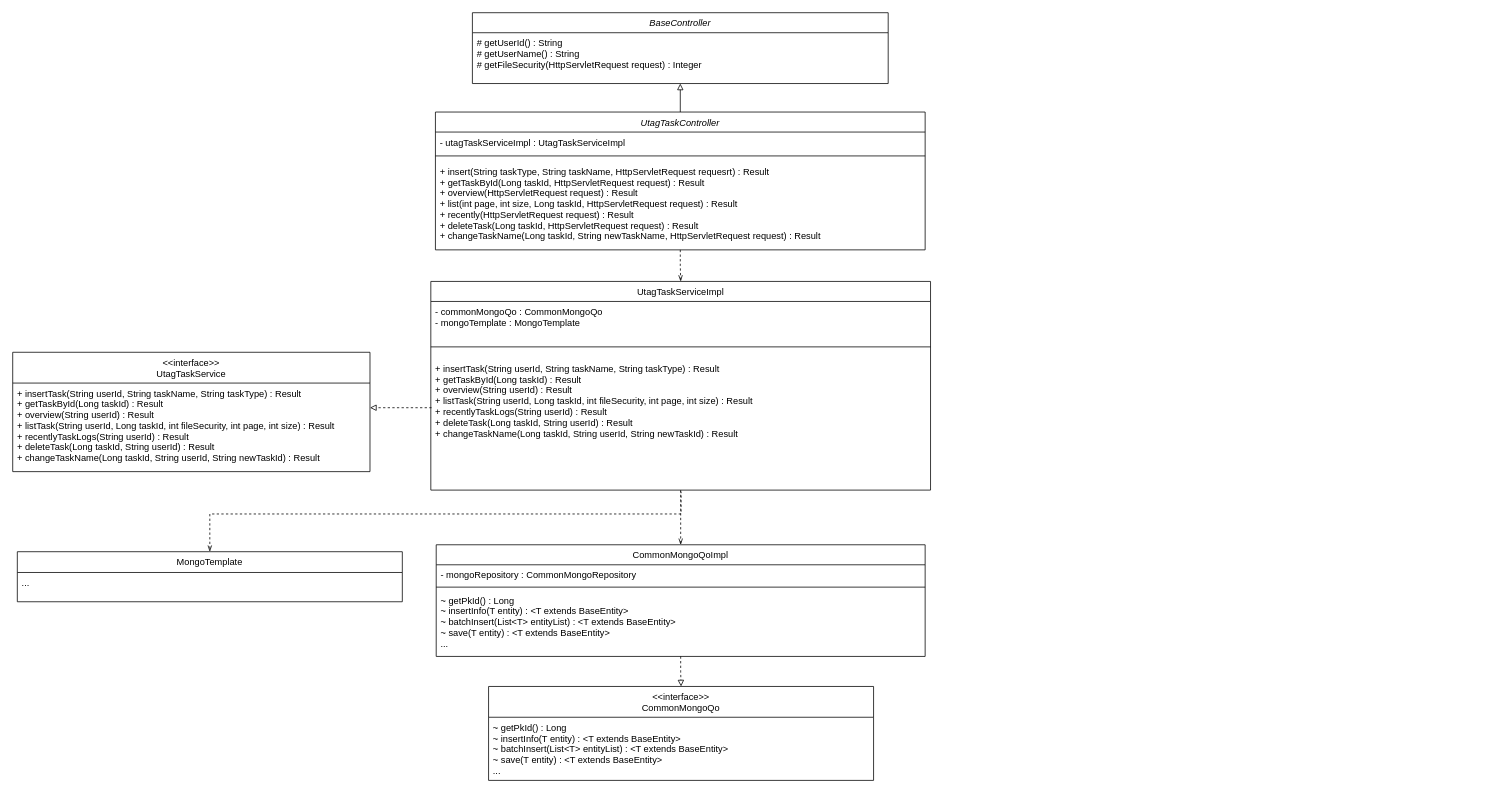
Before: 标签管理.drawio in come-on-reader/draw-io, a draw.io diagram. Source tidied: cells renumbered, new cells numbered last; positions are measured from the earlier drawing's top-left corner, leaving out a move shared by most shapes. Both pictures are drawn from the tidied source at 77%, with x=0, y=0 at pixel (12, 12).
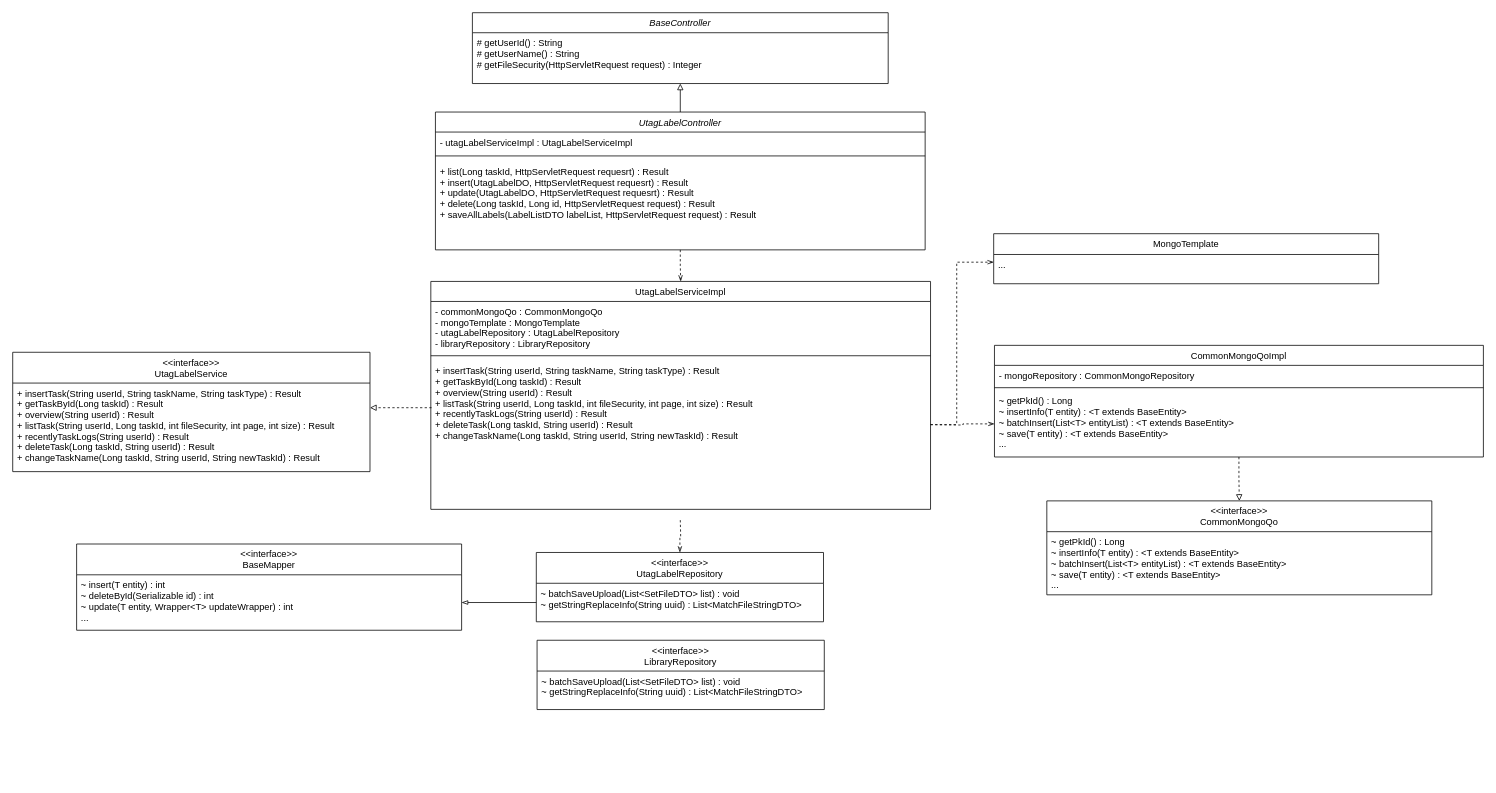
The same diagram, later.

Commit message:
更新标签管理.drawio

Unchanged cells that the change refers to:
```xml
<mxCell id="21" value="..." style="text;align=left;verticalAlign=top;spacingLeft=4;spacingRight=4;overflow=hidden;points=[[0,0.5],[1,0.5]];portConstraint=eastwest;" parent="20" vertex="1">
  <mxGeometry y="27" width="500" height="38" as="geometry" />
</mxCell>
<mxCell id="26" value="~ getPkId() : Long&#10;~ insertInfo(T entity) : &lt;T extends BaseEntity&gt;&#10;~ batchInsert(List&lt;T&gt; entityList) : &lt;T extends BaseEntity&gt;&#10;~ save(T entity) : &lt;T extends BaseEntity&gt;&#10;..." style="text;align=left;verticalAlign=top;spacingLeft=4;spacingRight=4;overflow=hidden;points=[[0,0.5],[1,0.5]];portConstraint=eastwest;" parent="23" vertex="1">
  <mxGeometry y="59" width="635" height="86" as="geometry" />
</mxCell>
```

What changed in the source:
```diff
@@
-    <mxCell id="3" value="UtagTaskController" style="swimlane;fontStyle=2;align=center;verticalAlign=top;horizontal=1;startSize=26;rounded=0;shadow=0;strokeWidth=1;" parent="1" vertex="1">
+    <mxCell id="3" value="UtagLabelController" style="swimlane;fontStyle=2;align=center;verticalAlign=top;horizontal=1;startSize=26;rounded=0;shadow=0;strokeWidth=1;" parent="1" vertex="1">
       <mxGeometry x="549" y="129" width="636" height="179" as="geometry" />
     </mxCell>
-    <mxCell id="4" value="- utagTaskServiceImpl : UtagTaskServiceImpl" style="text;align=left;verticalAlign=top;spacingLeft=4;spacingRight=4;overflow=hidden;" parent="3" vertex="1">
+    <mxCell id="4" value="- utagLabelServiceImpl : UtagLabelServiceImpl" style="text;align=left;verticalAlign=top;spacingLeft=4;spacingRight=4;overflow=hidden;" parent="3" vertex="1">
       <mxGeometry y="26" width="636" height="24" as="geometry" />
     </mxCell>
@@
-    <mxCell id="6" value="+ insert(String taskType, String taskName, HttpServletRequest requesrt) : Result&#10;+ getTaskById(Long taskId, HttpServletRequest request) : Result&#10;+ overview(HttpServletRequest request) : Result&#10;+ list(int page, int size, Long taskId, HttpServletRequest request) : Result&#10;+ recently(HttpServletRequest request) : Result&#10;+ deleteTask(Long taskId, HttpServletRequest request) : Result&#10;+ changeTaskName(Long taskId, String newTaskName, HttpServletRequest request) : Result" style="text;align=left;verticalAlign=top;spacingLeft=4;spacingRight=4;overflow=hidden;" parent="3" vertex="1">
+    <mxCell id="6" value="+ list(Long taskId, HttpServletRequest requesrt) : Result&#10;+ insert(UtagLabelDO, HttpServletRequest requesrt) : Result&#10;+ update(UtagLabelDO, HttpServletRequest requesrt) : Result&#10;+ delete(Long taskId, Long id, HttpServletRequest request) : Result&#10;+ saveAllLabels(LabelListDTO labelList, HttpServletRequest request) : Result" style="text;align=left;verticalAlign=top;spacingLeft=4;spacingRight=4;overflow=hidden;" parent="3" vertex="1">
       <mxGeometry y="64" width="636" height="112" as="geometry" />
     </mxCell>
-    <mxCell id="7" style="edgeStyle=orthogonalEdgeStyle;rounded=0;jettySize=auto;html=1;dashed=1;endArrow=openThin;endFill=0;" parent="1" edge="1" source="8" target="23">
-      <mxGeometry relative="1" as="geometry" />
-    </mxCell>
-    <mxCell id="8" value="UtagTaskServiceImpl" style="swimlane;fontStyle=0;align=center;verticalAlign=top;horizontal=1;startSize=26;rounded=0;shadow=0;strokeWidth=1;" parent="1" vertex="1">
-      <mxGeometry x="543" y="349" width="649" height="271" as="geometry" />
+    <mxCell id="8" value="UtagLabelServiceImpl" style="swimlane;fontStyle=0;align=center;verticalAlign=top;horizontal=1;startSize=26;rounded=0;shadow=0;strokeWidth=1;" parent="1" vertex="1">
+      <mxGeometry x="543" y="349" width="649" height="296" as="geometry" />
     </mxCell>
-    <mxCell id="9" value="- commonMongoQo : CommonMongoQo&#10;- mongoTemplate : MongoTemplate" style="text;align=left;verticalAlign=top;spacingLeft=4;spacingRight=4;overflow=hidden;" parent="8" vertex="1">
-      <mxGeometry y="26" width="649" height="44" as="geometry" />
+    <mxCell id="9" value="- commonMongoQo : CommonMongoQo&#10;- mongoTemplate : MongoTemplate&#10;- utagLabelRepository : UtagLabelRepository&#10;- libraryRepository : LibraryRepository" style="text;align=left;verticalAlign=top;spacingLeft=4;spacingRight=4;overflow=hidden;" parent="8" vertex="1">
+      <mxGeometry y="26" width="649" height="64" as="geometry" />
     </mxCell>
     <mxCell id="10" style="line;html=1;strokeWidth=1;align=left;verticalAlign=middle;spacingTop=-1;spacingLeft=3;spacingRight=3;labelPosition=right;" parent="8" vertex="1">
-      <mxGeometry y="70" width="649" height="30" as="geometry" />
+      <mxGeometry y="90" width="649" height="13" as="geometry" />
     </mxCell>
     <mxCell id="11" value="+ insertTask(String userId, String taskName, String taskType) : Result&#10;+ getTaskById(Long taskId) : Result&#10;+ overview(String userId) : Result&#10;+ listTask(String userId, Long taskId, int fileSecurity, int page, int size) : Result&#10;+ recentlyTaskLogs(String userId) : Result&#10;+ deleteTask(Long taskId, String userId) : Result&#10;+ changeTaskName(Long taskId, String userId, String newTaskId) : Result" style="text;align=left;verticalAlign=top;spacingLeft=4;spacingRight=4;overflow=hidden;points=[[0,0.5],[1,0.5]];portConstraint=eastwest;" parent="8" vertex="1">
-      <mxGeometry y="100" width="649" height="171" as="geometry" />
+      <mxGeometry y="103" width="649" height="171" as="geometry" />
     </mxCell>
-    <mxCell id="12" value="&lt;&lt;interface&gt;&gt;&#10;UtagTaskService" style="swimlane;fontStyle=0;align=center;verticalAlign=top;horizontal=1;startSize=40;rounded=0;shadow=0;strokeWidth=1;" parent="1" vertex="1">
+    <mxCell id="12" value="&lt;&lt;interface&gt;&gt;&#10;UtagLabelService" style="swimlane;fontStyle=0;align=center;verticalAlign=top;horizontal=1;startSize=40;rounded=0;shadow=0;strokeWidth=1;" parent="1" vertex="1">
       <mxGeometry y="441" width="464" height="155" as="geometry" />
     </mxCell>
@@
-    <mxCell id="15" value="&lt;&lt;interface&gt;&gt;&#10;CommonMongoQo" style="swimlane;fontStyle=0;align=center;verticalAlign=top;horizontal=1;startSize=40;rounded=0;shadow=0;strokeWidth=1;" parent="1" vertex="1">
-      <mxGeometry x="618" y="875" width="500" height="122" as="geometry" />
-    </mxCell>
-    <mxCell id="16" value="~ getPkId() : Long&#10;~ insertInfo(T entity) : &lt;T extends BaseEntity&gt;&#10;~ batchInsert(List&lt;T&gt; entityList) : &lt;T extends BaseEntity&gt;&#10;~ save(T entity) : &lt;T extends BaseEntity&gt;&#10;..." style="text;align=left;verticalAlign=top;spacingLeft=4;spacingRight=4;overflow=hidden;" parent="15" vertex="1">
-      <mxGeometry y="40" width="500" height="82" as="geometry" />
-    </mxCell>
@@
+    <mxCell id="15" value="&lt;&lt;interface&gt;&gt;&#10;CommonMongoQo" style="swimlane;fontStyle=0;align=center;verticalAlign=top;horizontal=1;startSize=40;rounded=0;shadow=0;strokeWidth=1;" parent="1" vertex="1">
+      <mxGeometry x="1343" y="634" width="500" height="122" as="geometry" />
+    </mxCell>
+    <mxCell id="16" value="~ getPkId() : Long&#10;~ insertInfo(T entity) : &lt;T extends BaseEntity&gt;&#10;~ batchInsert(List&lt;T&gt; entityList) : &lt;T extends BaseEntity&gt;&#10;~ save(T entity) : &lt;T extends BaseEntity&gt;&#10;..." style="text;align=left;verticalAlign=top;spacingLeft=4;spacingRight=4;overflow=hidden;" parent="15" vertex="1">
+      <mxGeometry y="40" width="500" height="82" as="geometry" />
+    </mxCell>
     <mxCell id="20" value="MongoTemplate" style="swimlane;fontStyle=0;align=center;verticalAlign=top;horizontal=1;startSize=27;rounded=0;shadow=0;strokeWidth=1;" parent="1" vertex="1">
-      <mxGeometry x="6" y="700" width="500" height="65" as="geometry" />
+      <mxGeometry x="1274" y="287" width="500" height="65" as="geometry" />
     </mxCell>
@@
     <mxCell id="23" value="CommonMongoQoImpl" style="swimlane;fontStyle=0;align=center;verticalAlign=top;horizontal=1;startSize=26;rounded=0;shadow=0;strokeWidth=1;" parent="1" vertex="1">
-      <mxGeometry x="550" y="691" width="635" height="145" as="geometry" />
+      <mxGeometry x="1275" y="432" width="635" height="145" as="geometry" />
     </mxCell>
@@
-    <mxCell id="27" style="edgeStyle=orthogonalEdgeStyle;rounded=0;jettySize=auto;html=1;dashed=1;endArrow=openThin;endFill=0;exitX=0.499;exitY=1.013;exitDx=0;exitDy=0;exitPerimeter=0;entryX=0.5;entryY=0;entryDx=0;entryDy=0;" parent="1" edge="1" source="11" target="20">
-      <mxGeometry relative="1" as="geometry">
-        <Array as="points">
-          <mxPoint x="868" y="622" />
-          <mxPoint x="868" y="651" />
-          <mxPoint x="256" y="651" />
-        </Array>
-      </mxGeometry>
-    </mxCell>
+    <mxCell id="28" style="edgeStyle=orthogonalEdgeStyle;rounded=0;jettySize=auto;html=1;endArrow=openThin;endFill=0;dashed=1;exitX=1;exitY=0.5;exitDx=0;exitDy=0;" parent="1" edge="1" target="26">
+      <mxGeometry relative="1" as="geometry">
+        <mxPoint x="1192" y="535" as="sourcePoint" />
+      </mxGeometry>
+    </mxCell>
+    <mxCell id="29" style="edgeStyle=orthogonalEdgeStyle;rounded=0;jettySize=auto;html=1;endArrow=openThin;endFill=0;dashed=1;exitX=1;exitY=0.5;exitDx=0;exitDy=0;" parent="1" edge="1" target="21">
+      <mxGeometry relative="1" as="geometry">
+        <mxPoint x="1192" y="535" as="sourcePoint" />
+        <Array as="points">
+          <mxPoint x="1226" y="535" />
+          <mxPoint x="1226" y="324" />
+        </Array>
+      </mxGeometry>
+    </mxCell>
+    <mxCell id="30" style="edgeStyle=orthogonalEdgeStyle;rounded=0;jettySize=auto;html=1;endArrow=openThin;endFill=0;dashed=1;" parent="1" edge="1" target="31">
+      <mxGeometry relative="1" as="geometry">
+        <mxPoint x="867" y="659" as="sourcePoint" />
+      </mxGeometry>
+    </mxCell>
+    <mxCell id="31" value="&lt;&lt;interface&gt;&gt;&#10;UtagLabelRepository" style="swimlane;fontStyle=0;align=center;verticalAlign=top;horizontal=1;startSize=40;rounded=0;shadow=0;strokeWidth=1;" parent="1" vertex="1">
+      <mxGeometry x="680" y="701" width="373" height="90" as="geometry" />
+    </mxCell>
+    <mxCell id="32" value="~ batchSaveUpload(List&lt;SetFileDTO&gt; list) : void&#10;~ getStringReplaceInfo(String uuid) : List&lt;MatchFileStringDTO&gt;" style="text;align=left;verticalAlign=top;spacingLeft=4;spacingRight=4;overflow=hidden;points=[[0,0.5],[1,0.5]];portConstraint=eastwest;" parent="31" vertex="1">
+      <mxGeometry y="40" width="373" height="50" as="geometry" />
+    </mxCell>
+    <mxCell id="33" value="&lt;&lt;interface&gt;&gt;&#10;BaseMapper" style="swimlane;fontStyle=0;align=center;verticalAlign=top;horizontal=1;startSize=40;rounded=0;shadow=0;strokeWidth=1;" parent="1" vertex="1">
+      <mxGeometry x="83" y="690" width="500" height="112" as="geometry" />
+    </mxCell>
+    <mxCell id="34" value="~ insert(T entity) : int&#10;~ deleteById(Serializable id) : int&#10;~ update(T entity, Wrapper&lt;T&gt; updateWrapper) : int&#10;..." style="text;align=left;verticalAlign=top;spacingLeft=4;spacingRight=4;overflow=hidden;points=[[0,0.5],[1,0.5]];portConstraint=eastwest;" parent="33" vertex="1">
+      <mxGeometry y="40" width="500" height="72" as="geometry" />
+    </mxCell>
+    <mxCell id="35" style="edgeStyle=orthogonalEdgeStyle;rounded=0;jettySize=auto;html=1;exitX=0;exitY=0.5;exitDx=0;exitDy=0;entryX=1;entryY=0.5;entryDx=0;entryDy=0;endArrow=blockThin;endFill=0;" parent="1" edge="1" source="32" target="34">
+      <mxGeometry relative="1" as="geometry" />
+    </mxCell>
+    <mxCell id="36" value="&lt;&lt;interface&gt;&gt;&#10;LibraryRepository" style="swimlane;fontStyle=0;align=center;verticalAlign=top;horizontal=1;startSize=40;rounded=0;shadow=0;strokeWidth=1;" parent="1" vertex="1">
+      <mxGeometry x="681" y="815" width="373" height="90" as="geometry" />
+    </mxCell>
+    <mxCell id="37" value="~ batchSaveUpload(List&lt;SetFileDTO&gt; list) : void&#10;~ getStringReplaceInfo(String uuid) : List&lt;MatchFileStringDTO&gt;" style="text;align=left;verticalAlign=top;spacingLeft=4;spacingRight=4;overflow=hidden;" parent="36" vertex="1">
+      <mxGeometry y="40" width="373" height="50" as="geometry" />
+    </mxCell>
```
